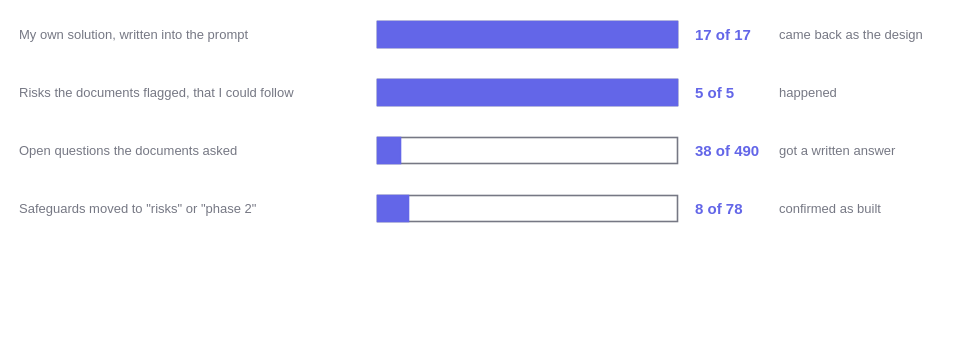
Above: drafts/diagrams/one-step-more-certain/what-happened-to-what-was-written.drawio in batas2/myblog (draw.io), before the change. Source tidied: cells renumbered, new cells numbered last; positions are measured from the earlier drawing's top-left corner, leaving out a move shared by most shapes. Both pictures are drawn from the tidied source at 100%, with x=0, y=0 at pixel (17, 17).
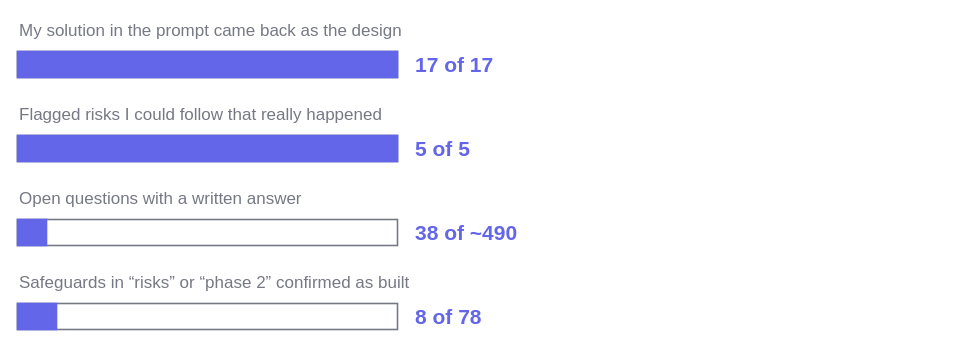
After the change.

The edit, as a diff of the source:
```diff
@@
-    <mxCell id="2" value="My own solution, written into the prompt" style="text;html=1;strokeColor=none;fillColor=none;align=left;verticalAlign=middle;whiteSpace=wrap;fontColor=#767884;fontSize=13;fontFamily=Helvetica;fontStyle=0;" parent="1" vertex="1">
-      <mxGeometry width="340" height="34" as="geometry" />
+    <mxCell id="2" value="My solution in the prompt came back as the design" style="text;html=1;strokeColor=none;fillColor=none;align=left;verticalAlign=middle;whiteSpace=wrap;fontColor=#767884;fontSize=17;fontFamily=Helvetica;" parent="1" vertex="1">
+      <mxGeometry width="540" height="28" as="geometry" />
     </mxCell>
     <mxCell id="3" style="rounded=0;whiteSpace=wrap;html=1;fillColor=none;strokeColor=#767884;strokeWidth=1.6;" parent="1" vertex="1">
-      <mxGeometry x="360" y="4" width="300" height="26" as="geometry" />
+      <mxGeometry y="34" width="380" height="26" as="geometry" />
     </mxCell>
     <mxCell id="4" style="rounded=0;whiteSpace=wrap;html=1;fillColor=#6366E8;strokeColor=#6366E8;strokeWidth=1.6;" parent="1" vertex="1">
-      <mxGeometry x="360" y="4" width="300" height="26" as="geometry" />
+      <mxGeometry y="34" width="380" height="26" as="geometry" />
     </mxCell>
-    <mxCell id="5" value="17 of 17" style="text;html=1;strokeColor=none;fillColor=none;align=left;verticalAlign=middle;whiteSpace=wrap;fontColor=#6366E8;fontSize=15;fontFamily=Helvetica;fontStyle=1;" parent="1" vertex="1">
-      <mxGeometry x="676" width="90" height="34" as="geometry" />
+    <mxCell id="5" value="17 of 17" style="text;html=1;strokeColor=none;fillColor=none;align=left;verticalAlign=middle;whiteSpace=wrap;fontColor=#6366E8;fontSize=21;fontFamily=Helvetica;fontStyle=1;" parent="1" vertex="1">
+      <mxGeometry x="396" y="30" width="140" height="34" as="geometry" />
     </mxCell>
-    <mxCell id="6" value="came back as the design" style="text;html=1;strokeColor=none;fillColor=none;align=left;verticalAlign=middle;whiteSpace=wrap;fontColor=#767884;fontSize=13;fontFamily=Helvetica;fontStyle=0;" parent="1" vertex="1">
-      <mxGeometry x="760" width="170" height="34" as="geometry" />
-    </mxCell>
-    <mxCell id="7" value="Risks the documents flagged, that I could follow" style="text;html=1;strokeColor=none;fillColor=none;align=left;verticalAlign=middle;whiteSpace=wrap;fontColor=#767884;fontSize=13;fontFamily=Helvetica;fontStyle=0;" parent="1" vertex="1">
-      <mxGeometry y="58" width="340" height="34" as="geometry" />
+    <mxCell id="7" value="Flagged risks I could follow that really happened" style="text;html=1;strokeColor=none;fillColor=none;align=left;verticalAlign=middle;whiteSpace=wrap;fontColor=#767884;fontSize=17;fontFamily=Helvetica;" parent="1" vertex="1">
+      <mxGeometry y="84" width="540" height="28" as="geometry" />
     </mxCell>
     <mxCell id="8" style="rounded=0;whiteSpace=wrap;html=1;fillColor=none;strokeColor=#767884;strokeWidth=1.6;" parent="1" vertex="1">
-      <mxGeometry x="360" y="62" width="300" height="26" as="geometry" />
+      <mxGeometry y="118" width="380" height="26" as="geometry" />
     </mxCell>
     <mxCell id="9" style="rounded=0;whiteSpace=wrap;html=1;fillColor=#6366E8;strokeColor=#6366E8;strokeWidth=1.6;" parent="1" vertex="1">
-      <mxGeometry x="360" y="62" width="300" height="26" as="geometry" />
+      <mxGeometry y="118" width="380" height="26" as="geometry" />
     </mxCell>
-    <mxCell id="10" value="5 of 5" style="text;html=1;strokeColor=none;fillColor=none;align=left;verticalAlign=middle;whiteSpace=wrap;fontColor=#6366E8;fontSize=15;fontFamily=Helvetica;fontStyle=1;" parent="1" vertex="1">
-      <mxGeometry x="676" y="58" width="90" height="34" as="geometry" />
+    <mxCell id="10" value="5 of 5" style="text;html=1;strokeColor=none;fillColor=none;align=left;verticalAlign=middle;whiteSpace=wrap;fontColor=#6366E8;fontSize=21;fontFamily=Helvetica;fontStyle=1;" parent="1" vertex="1">
+      <mxGeometry x="396" y="114" width="140" height="34" as="geometry" />
     </mxCell>
-    <mxCell id="11" value="happened" style="text;html=1;strokeColor=none;fillColor=none;align=left;verticalAlign=middle;whiteSpace=wrap;fontColor=#767884;fontSize=13;fontFamily=Helvetica;fontStyle=0;" parent="1" vertex="1">
-      <mxGeometry x="760" y="58" width="170" height="34" as="geometry" />
-    </mxCell>
-    <mxCell id="12" value="Open questions the documents asked" style="text;html=1;strokeColor=none;fillColor=none;align=left;verticalAlign=middle;whiteSpace=wrap;fontColor=#767884;fontSize=13;fontFamily=Helvetica;fontStyle=0;" parent="1" vertex="1">
-      <mxGeometry y="116" width="340" height="34" as="geometry" />
+    <mxCell id="12" value="Open questions with a written answer" style="text;html=1;strokeColor=none;fillColor=none;align=left;verticalAlign=middle;whiteSpace=wrap;fontColor=#767884;fontSize=17;fontFamily=Helvetica;" parent="1" vertex="1">
+      <mxGeometry y="168" width="540" height="28" as="geometry" />
     </mxCell>
     <mxCell id="13" style="rounded=0;whiteSpace=wrap;html=1;fillColor=none;strokeColor=#767884;strokeWidth=1.6;" parent="1" vertex="1">
-      <mxGeometry x="360" y="120" width="300" height="26" as="geometry" />
+      <mxGeometry y="202" width="380" height="26" as="geometry" />
     </mxCell>
     <mxCell id="14" style="rounded=0;whiteSpace=wrap;html=1;fillColor=#6366E8;strokeColor=#6366E8;strokeWidth=1.6;" parent="1" vertex="1">
-      <mxGeometry x="360" y="120" width="23" height="26" as="geometry" />
+      <mxGeometry y="202" width="29" height="26" as="geometry" />
     </mxCell>
-    <mxCell id="15" value="38 of 490" style="text;html=1;strokeColor=none;fillColor=none;align=left;verticalAlign=middle;whiteSpace=wrap;fontColor=#6366E8;fontSize=15;fontFamily=Helvetica;fontStyle=1;" parent="1" vertex="1">
-      <mxGeometry x="676" y="116" width="90" height="34" as="geometry" />
+    <mxCell id="15" value="38 of ~490" style="text;html=1;strokeColor=none;fillColor=none;align=left;verticalAlign=middle;whiteSpace=wrap;fontColor=#6366E8;fontSize=21;fontFamily=Helvetica;fontStyle=1;" parent="1" vertex="1">
+      <mxGeometry x="396" y="198" width="140" height="34" as="geometry" />
     </mxCell>
-    <mxCell id="16" value="got a written answer" style="text;html=1;strokeColor=none;fillColor=none;align=left;verticalAlign=middle;whiteSpace=wrap;fontColor=#767884;fontSize=13;fontFamily=Helvetica;fontStyle=0;" parent="1" vertex="1">
-      <mxGeometry x="760" y="116" width="170" height="34" as="geometry" />
-    </mxCell>
-    <mxCell id="17" value="Safeguards moved to &quot;risks&quot; or &quot;phase 2&quot;" style="text;html=1;strokeColor=none;fillColor=none;align=left;verticalAlign=middle;whiteSpace=wrap;fontColor=#767884;fontSize=13;fontFamily=Helvetica;fontStyle=0;" parent="1" vertex="1">
-      <mxGeometry y="174" width="340" height="34" as="geometry" />
+    <mxCell id="17" value="Safeguards in “risks” or “phase 2” confirmed as built" style="text;html=1;strokeColor=none;fillColor=none;align=left;verticalAlign=middle;whiteSpace=wrap;fontColor=#767884;fontSize=17;fontFamily=Helvetica;" parent="1" vertex="1">
+      <mxGeometry y="252" width="540" height="28" as="geometry" />
     </mxCell>
     <mxCell id="18" style="rounded=0;whiteSpace=wrap;html=1;fillColor=none;strokeColor=#767884;strokeWidth=1.6;" parent="1" vertex="1">
-      <mxGeometry x="360" y="178" width="300" height="26" as="geometry" />
+      <mxGeometry y="286" width="380" height="26" as="geometry" />
     </mxCell>
     <mxCell id="19" style="rounded=0;whiteSpace=wrap;html=1;fillColor=#6366E8;strokeColor=#6366E8;strokeWidth=1.6;" parent="1" vertex="1">
-      <mxGeometry x="360" y="178" width="31" height="26" as="geometry" />
+      <mxGeometry y="286" width="39" height="26" as="geometry" />
     </mxCell>
-    <mxCell id="20" value="8 of 78" style="text;html=1;strokeColor=none;fillColor=none;align=left;verticalAlign=middle;whiteSpace=wrap;fontColor=#6366E8;fontSize=15;fontFamily=Helvetica;fontStyle=1;" parent="1" vertex="1">
-      <mxGeometry x="676" y="174" width="90" height="34" as="geometry" />
+    <mxCell id="20" value="8 of 78" style="text;html=1;strokeColor=none;fillColor=none;align=left;verticalAlign=middle;whiteSpace=wrap;fontColor=#6366E8;fontSize=21;fontFamily=Helvetica;fontStyle=1;" parent="1" vertex="1">
+      <mxGeometry x="396" y="282" width="140" height="34" as="geometry" />
     </mxCell>
-    <mxCell id="21" value="confirmed as built" style="text;html=1;strokeColor=none;fillColor=none;align=left;verticalAlign=middle;whiteSpace=wrap;fontColor=#767884;fontSize=13;fontFamily=Helvetica;fontStyle=0;" parent="1" vertex="1">
-      <mxGeometry x="760" y="174" width="170" height="34" as="geometry" />
-    </mxCell>
```
